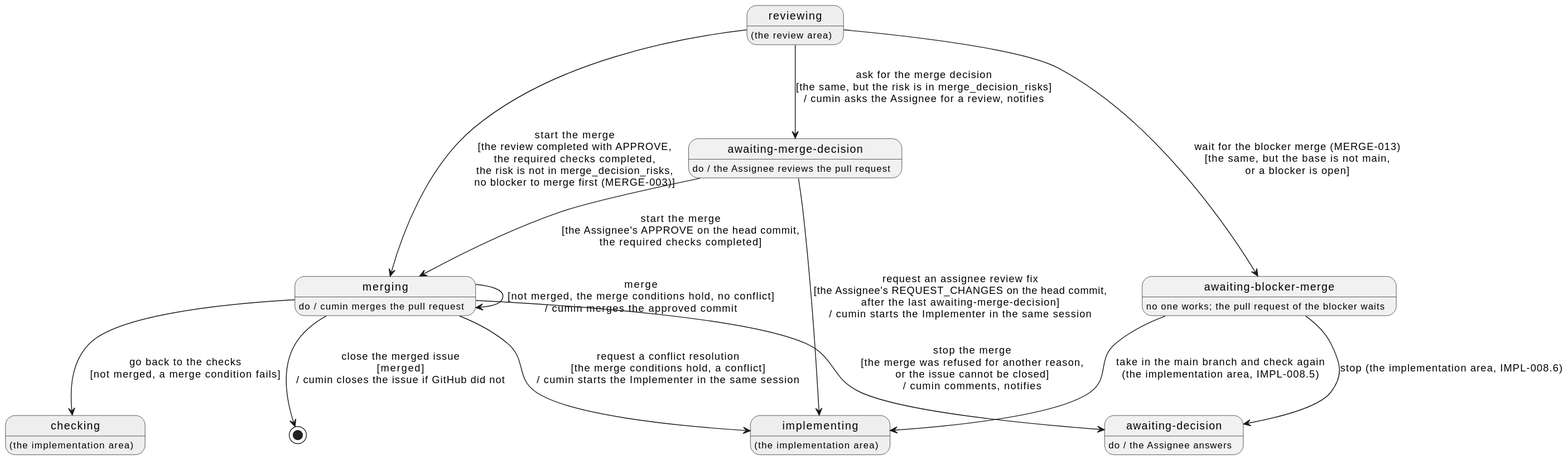
cloveclovedev/cumin-works keeps this PlantUML diagram as docs/ja/requirements/merge/overview.svg. Above is the earlier version.
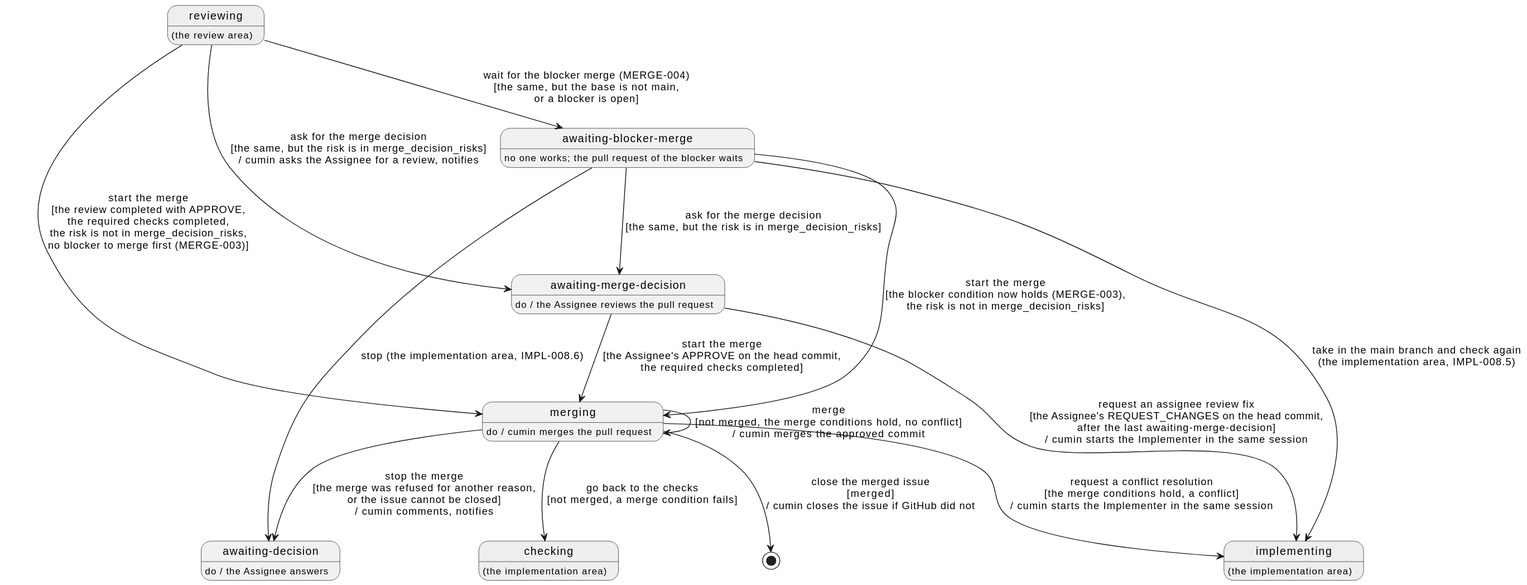
The same file after the commit.

Commit message:
docs(requirements): put the wait for blockers with the start of the merge

What changed in the source:
```diff
@@ -27,8 +27,10 @@
 Reviewing --> MergeDecision : ask for the merge decision\n[the same, but the risk is in merge_decision_risks]\n/ cumin asks the Assignee for a review, notifies
 MergeDecision --> Merging : start the merge\n[the Assignee's APPROVE on the head commit,\nthe required checks completed]
 MergeDecision --> Implementing : request an assignee review fix\n[the Assignee's REQUEST_CHANGES on the head commit,\nafter the last awaiting-merge-decision]\n/ cumin starts the Implementer in the same session
-Reviewing --> AwaitingBase : wait for the blocker merge (MERGE-013)\n[the same, but the base is not main,\nor a blocker is open]
+Reviewing --> AwaitingBase : wait for the blocker merge (MERGE-004)\n[the same, but the base is not main,\nor a blocker is open]
 AwaitingBase --> Implementing : take in the main branch and check again\n(the implementation area, IMPL-008.5)
+AwaitingBase --> Merging : start the merge\n[the blocker condition now holds (MERGE-003),\nthe risk is not in merge_decision_risks]
+AwaitingBase --> MergeDecision : ask for the merge decision\n[the same, but the risk is in merge_decision_risks]
 AwaitingBase --> Decision : stop (the implementation area, IMPL-008.6)
 Merging --> Merging : merge\n[not merged, the merge conditions hold, no conflict]\n/ cumin merges the approved commit
 Merging --> [*] : close the merged issue\n[merged]\n/ cumin closes the issue if GitHub did not
```
